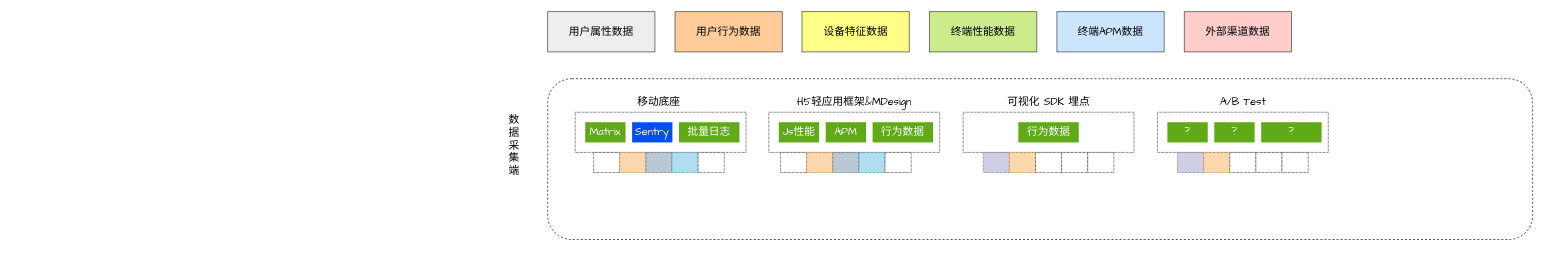
This is Copy of arch_0045.drawio from ming3000/midea, a draw.io file, before an edit. Source tidied: cells renumbered, new cells numbered last; positions are measured from the earlier drawing's top-left corner, leaving out a move shared by most shapes. Both pictures are drawn from the tidied source at 67%, with x=0, y=0 at pixel (500, 11).
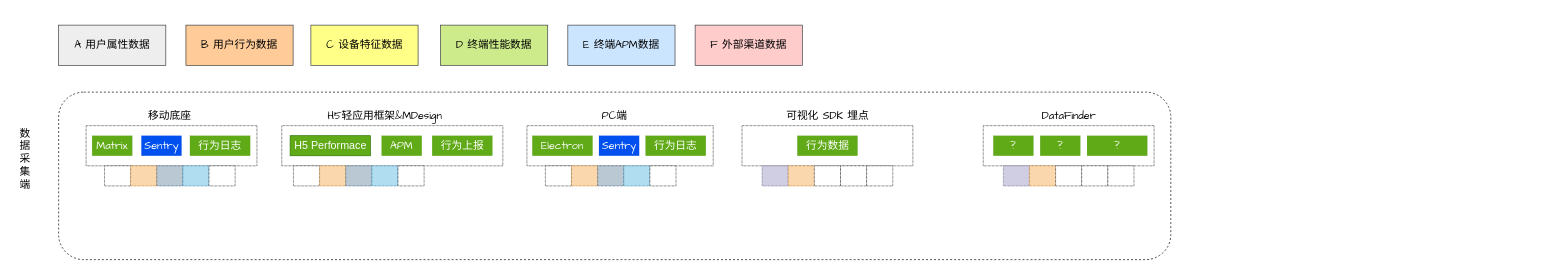
After the change.

What changed in the source:
```diff
@@
-    <mxCell id="2" value="用户属性数据" style="rounded=0;whiteSpace=wrap;html=1;fillColor=#eeeeee;strokeColor=#36393d;fontSize=16;fontFamily=Comic Sans MS;" parent="1" vertex="1">
-      <mxGeometry x="70" width="160" height="60" as="geometry" />
+    <mxCell id="2" value="A 用户属性数据" style="rounded=0;whiteSpace=wrap;html=1;fillColor=#eeeeee;strokeColor=#36393d;fontSize=16;fontFamily=Comic Sans MS;" parent="1" vertex="1">
+      <mxGeometry x="-660" y="20" width="160" height="60" as="geometry" />
     </mxCell>
-    <mxCell id="3" value="用户行为数据" style="rounded=0;whiteSpace=wrap;html=1;fillColor=#ffcc99;strokeColor=#36393d;fontSize=16;fontFamily=Comic Sans MS;" parent="1" vertex="1">
-      <mxGeometry x="260" width="160" height="60" as="geometry" />
+    <mxCell id="3" value="B 用户行为数据" style="rounded=0;whiteSpace=wrap;html=1;fillColor=#ffcc99;strokeColor=#36393d;fontSize=16;fontFamily=Comic Sans MS;" parent="1" vertex="1">
+      <mxGeometry x="-470" y="20" width="160" height="60" as="geometry" />
     </mxCell>
-    <mxCell id="4" value="终端APM数据" style="rounded=0;whiteSpace=wrap;html=1;fillColor=#cce5ff;strokeColor=#36393d;fontSize=16;fontFamily=Comic Sans MS;" parent="1" vertex="1">
-      <mxGeometry x="830" width="160" height="60" as="geometry" />
+    <mxCell id="4" value="E 终端APM数据" style="rounded=0;whiteSpace=wrap;html=1;fillColor=#cce5ff;strokeColor=#36393d;fontSize=16;fontFamily=Comic Sans MS;" parent="1" vertex="1">
+      <mxGeometry x="100" y="20" width="160" height="60" as="geometry" />
     </mxCell>
-    <mxCell id="5" value="外部渠道数据" style="rounded=0;whiteSpace=wrap;html=1;fillColor=#ffcccc;strokeColor=#36393d;fontSize=16;fontFamily=Comic Sans MS;" parent="1" vertex="1">
-      <mxGeometry x="1020" width="160" height="60" as="geometry" />
+    <mxCell id="5" value="F 外部渠道数据" style="rounded=0;whiteSpace=wrap;html=1;fillColor=#ffcccc;strokeColor=#36393d;fontSize=16;fontFamily=Comic Sans MS;" parent="1" vertex="1">
+      <mxGeometry x="290" y="20" width="160" height="60" as="geometry" />
     </mxCell>
     <mxCell id="6" style="rounded=1;whiteSpace=wrap;html=1;fontSize=16;dashed=1;fontFamily=Comic Sans MS;" parent="1" vertex="1">
-      <mxGeometry x="70" y="100" width="1470" height="240" as="geometry" />
+      <mxGeometry x="-660" y="120" width="1660" height="250" as="geometry" />
     </mxCell>
     <mxCell id="7" value="数&lt;br&gt;据&lt;br&gt;采&lt;br&gt;集&lt;br&gt;端" style="rounded=0;whiteSpace=wrap;html=1;fontSize=16;strokeWidth=0;strokeColor=none;fontFamily=Comic Sans MS;" parent="1" vertex="1">
-      <mxGeometry y="135" width="40" height="130" as="geometry" />
+      <mxGeometry x="-730" y="155" width="40" height="130" as="geometry" />
     </mxCell>
     <mxCell id="8" value="移动底座" style="rounded=0;whiteSpace=wrap;html=1;dashed=1;fontSize=16;strokeWidth=0;fontFamily=Comic Sans MS;strokeColor=none;" parent="1" vertex="1">
-      <mxGeometry x="186" y="120" width="100" height="30" as="geometry" />
+      <mxGeometry x="-544" y="140" width="100" height="30" as="geometry" />
     </mxCell>
     <mxCell id="9" style="rounded=0;whiteSpace=wrap;html=1;dashed=1;fontSize=16;strokeWidth=1;fontFamily=Comic Sans MS;dashPattern=1 1;" parent="1" vertex="1">
-      <mxGeometry x="111" y="150" width="255" height="60" as="geometry" />
+      <mxGeometry x="-619" y="170" width="255" height="60" as="geometry" />
     </mxCell>
     <mxCell id="10" value="Matrix" style="rounded=0;whiteSpace=wrap;html=1;dashed=1;fontSize=16;strokeWidth=0;fontFamily=Comic Sans MS;fillColor=#60a917;fontColor=#ffffff;strokeColor=#2D7600;" parent="1" vertex="1">
-      <mxGeometry x="126" y="165" width="60" height="30" as="geometry" />
+      <mxGeometry x="-610" y="185" width="60" height="30" as="geometry" />
     </mxCell>
     <mxCell id="11" value="Sentry" style="rounded=0;whiteSpace=wrap;html=1;dashed=1;fontSize=16;strokeWidth=0;fontFamily=Comic Sans MS;fillColor=#0050ef;fontColor=#ffffff;strokeColor=#001DBC;" parent="1" vertex="1">
-      <mxGeometry x="196" y="165" width="60" height="30" as="geometry" />
+      <mxGeometry x="-536.5" y="185" width="60" height="30" as="geometry" />
     </mxCell>
-    <mxCell id="12" value="批量日志" style="rounded=0;whiteSpace=wrap;html=1;dashed=1;fontSize=16;strokeWidth=0;fontFamily=Comic Sans MS;fillColor=#60a917;fontColor=#ffffff;strokeColor=#2D7600;" parent="1" vertex="1">
-      <mxGeometry x="266" y="165" width="90" height="30" as="geometry" />
+    <mxCell id="12" value="行为日志" style="rounded=0;whiteSpace=wrap;html=1;dashed=1;fontSize=16;strokeWidth=0;fontFamily=Comic Sans MS;fillColor=#60a917;fontColor=#ffffff;strokeColor=#2D7600;" parent="1" vertex="1">
+      <mxGeometry x="-464" y="185" width="90" height="30" as="geometry" />
     </mxCell>
     <mxCell id="13" value="H5轻应用框架&amp;amp;MDesign" style="rounded=0;whiteSpace=wrap;html=1;dashed=1;fontSize=16;strokeWidth=0;fontFamily=Comic Sans MS;strokeColor=none;" parent="1" vertex="1">
-      <mxGeometry x="432.5" y="120" width="190" height="30" as="geometry" />
+      <mxGeometry x="-268" y="140" width="190" height="30" as="geometry" />
     </mxCell>
     <mxCell id="14" style="rounded=0;whiteSpace=wrap;html=1;dashed=1;fontSize=16;strokeWidth=1;fontFamily=Comic Sans MS;dashPattern=1 1;" parent="1" vertex="1">
-      <mxGeometry x="400" y="150" width="255" height="60" as="geometry" />
+      <mxGeometry x="-327" y="170" width="330" height="60" as="geometry" />
     </mxCell>
-    <mxCell id="15" value="Js性能" style="rounded=0;whiteSpace=wrap;html=1;dashed=1;fontSize=16;strokeWidth=0;fontFamily=Comic Sans MS;fillColor=#60a917;fontColor=#ffffff;strokeColor=#2D7600;" parent="1" vertex="1">
-      <mxGeometry x="415" y="165" width="60" height="30" as="geometry" />
-    </mxCell>
     <mxCell id="16" value="APM" style="rounded=0;whiteSpace=wrap;html=1;dashed=1;fontSize=16;strokeWidth=0;fontFamily=Comic Sans MS;fillColor=#60a917;fontColor=#ffffff;strokeColor=#2D7600;" parent="1" vertex="1">
-      <mxGeometry x="485" y="165" width="60" height="30" as="geometry" />
+      <mxGeometry x="-178" y="185" width="60" height="30" as="geometry" />
     </mxCell>
-    <mxCell id="17" value="行为数据" style="rounded=0;whiteSpace=wrap;html=1;dashed=1;fontSize=16;strokeWidth=0;fontFamily=Comic Sans MS;fillColor=#60a917;fontColor=#ffffff;strokeColor=#2D7600;" parent="1" vertex="1">
-      <mxGeometry x="555" y="165" width="90" height="30" as="geometry" />
+    <mxCell id="17" value="行为上报" style="rounded=0;whiteSpace=wrap;html=1;dashed=1;fontSize=16;strokeWidth=0;fontFamily=Comic Sans MS;fillColor=#60a917;fontColor=#ffffff;strokeColor=#2D7600;" parent="1" vertex="1">
+      <mxGeometry x="-102.5" y="185" width="90" height="30" as="geometry" />
     </mxCell>
     <mxCell id="18" value="可视化 SDK 埋点" style="rounded=0;whiteSpace=wrap;html=1;dashed=1;fontSize=16;strokeWidth=0;fontFamily=Comic Sans MS;strokeColor=none;" parent="1" vertex="1">
-      <mxGeometry x="722.5" y="120" width="190" height="30" as="geometry" />
+      <mxGeometry x="392.5" y="140" width="190" height="30" as="geometry" />
     </mxCell>
     <mxCell id="19" style="rounded=0;whiteSpace=wrap;html=1;dashed=1;fontSize=16;strokeWidth=1;fontFamily=Comic Sans MS;dashPattern=1 1;" parent="1" vertex="1">
-      <mxGeometry x="690" y="150" width="255" height="60" as="geometry" />
+      <mxGeometry x="360" y="170" width="255" height="60" as="geometry" />
     </mxCell>
     <mxCell id="20" value="行为数据" style="rounded=0;whiteSpace=wrap;html=1;dashed=1;fontSize=16;strokeWidth=0;fontFamily=Comic Sans MS;fillColor=#60a917;fontColor=#ffffff;strokeColor=#2D7600;" parent="1" vertex="1">
-      <mxGeometry x="772.5" y="165" width="90" height="30" as="geometry" />
+      <mxGeometry x="442.5" y="185" width="90" height="30" as="geometry" />
     </mxCell>
-    <mxCell id="21" value="A/B Test" style="rounded=0;whiteSpace=wrap;html=1;dashed=1;fontSize=16;strokeWidth=0;fontFamily=Comic Sans MS;strokeColor=none;" parent="1" vertex="1">
-      <mxGeometry x="1012.5" y="120" width="190" height="30" as="geometry" />
+    <mxCell id="21" value="DataFinder" style="rounded=0;whiteSpace=wrap;html=1;dashed=1;fontSize=16;strokeWidth=0;fontFamily=Comic Sans MS;strokeColor=none;" parent="1" vertex="1">
+      <mxGeometry x="752.5" y="140" width="190" height="30" as="geometry" />
     </mxCell>
     <mxCell id="22" style="rounded=0;whiteSpace=wrap;html=1;dashed=1;fontSize=16;strokeWidth=1;fontFamily=Comic Sans MS;dashPattern=1 1;" parent="1" vertex="1">
-      <mxGeometry x="980" y="150" width="255" height="60" as="geometry" />
+      <mxGeometry x="720" y="170" width="255" height="60" as="geometry" />
     </mxCell>
     <mxCell id="23" value="?" style="rounded=0;whiteSpace=wrap;html=1;dashed=1;fontSize=16;strokeWidth=0;fontFamily=Comic Sans MS;fillColor=#60a917;fontColor=#ffffff;strokeColor=#2D7600;" parent="1" vertex="1">
-      <mxGeometry x="995" y="165" width="60" height="30" as="geometry" />
+      <mxGeometry x="735" y="185" width="60" height="30" as="geometry" />
     </mxCell>
     <mxCell id="24" value="?" style="rounded=0;whiteSpace=wrap;html=1;dashed=1;fontSize=16;strokeWidth=0;fontFamily=Comic Sans MS;fillColor=#60a917;fontColor=#ffffff;strokeColor=#2D7600;" parent="1" vertex="1">
-      <mxGeometry x="1065" y="165" width="60" height="30" as="geometry" />
+      <mxGeometry x="805" y="185" width="60" height="30" as="geometry" />
     </mxCell>
     <mxCell id="25" value="?" style="rounded=0;whiteSpace=wrap;html=1;dashed=1;fontSize=16;strokeWidth=0;fontFamily=Comic Sans MS;fillColor=#60a917;fontColor=#ffffff;strokeColor=#2D7600;" parent="1" vertex="1">
-      <mxGeometry x="1135" y="165" width="90" height="30" as="geometry" />
+      <mxGeometry x="875" y="185" width="90" height="30" as="geometry" />
     </mxCell>
     <mxCell id="26" style="rounded=0;whiteSpace=wrap;html=1;dashed=1;dashPattern=1 1;fontFamily=Comic Sans MS;fontSize=16;strokeWidth=1;" parent="1" vertex="1">
-      <mxGeometry x="138.5" y="210" width="39" height="30" as="geometry" />
+      <mxGeometry x="-591.5" y="230" width="39" height="30" as="geometry" />
     </mxCell>
     <mxCell id="27" style="rounded=0;whiteSpace=wrap;html=1;dashed=1;dashPattern=1 1;fontFamily=Comic Sans MS;fontSize=16;strokeWidth=1;fillColor=#fad7ac;strokeColor=#b46504;" parent="1" vertex="1">
-      <mxGeometry x="177.5" y="210" width="39" height="30" as="geometry" />
+      <mxGeometry x="-552.5" y="230" width="39" height="30" as="geometry" />
     </mxCell>
     <mxCell id="28" style="rounded=0;whiteSpace=wrap;html=1;dashed=1;dashPattern=1 1;fontFamily=Comic Sans MS;fontSize=16;strokeWidth=1;fillColor=#bac8d3;strokeColor=#23445d;" parent="1" vertex="1">
-      <mxGeometry x="216.5" y="210" width="39" height="30" as="geometry" />
+      <mxGeometry x="-513.5" y="230" width="39" height="30" as="geometry" />
     </mxCell>
     <mxCell id="29" style="rounded=0;whiteSpace=wrap;html=1;dashed=1;dashPattern=1 1;fontFamily=Comic Sans MS;fontSize=16;strokeWidth=1;fillColor=#b1ddf0;strokeColor=#10739e;" parent="1" vertex="1">
-      <mxGeometry x="255.5" y="210" width="39" height="30" as="geometry" />
+      <mxGeometry x="-474.5" y="230" width="39" height="30" as="geometry" />
     </mxCell>
     <mxCell id="30" style="rounded=0;whiteSpace=wrap;html=1;dashed=1;dashPattern=1 1;fontFamily=Comic Sans MS;fontSize=16;strokeWidth=1;" parent="1" vertex="1">
-      <mxGeometry x="294.5" y="210" width="39" height="30" as="geometry" />
+      <mxGeometry x="-435.5" y="230" width="39" height="30" as="geometry" />
     </mxCell>
-    <mxCell id="31" value="终端性能数据" style="rounded=0;whiteSpace=wrap;html=1;fillColor=#cdeb8b;fontSize=16;fontFamily=Comic Sans MS;strokeColor=#36393d;" parent="1" vertex="1">
-      <mxGeometry x="640" width="160" height="60" as="geometry" />
+    <mxCell id="31" value="D 终端性能数据" style="rounded=0;whiteSpace=wrap;html=1;fillColor=#cdeb8b;fontSize=16;fontFamily=Comic Sans MS;strokeColor=#36393d;" parent="1" vertex="1">
+      <mxGeometry x="-90" y="20" width="160" height="60" as="geometry" />
     </mxCell>
     <mxCell id="32" style="rounded=0;whiteSpace=wrap;html=1;dashed=1;dashPattern=1 1;fontFamily=Comic Sans MS;fontSize=16;strokeWidth=1;" parent="1" vertex="1">
-      <mxGeometry x="417.5" y="210" width="39" height="30" as="geometry" />
+      <mxGeometry x="-309.5" y="230" width="39" height="30" as="geometry" />
     </mxCell>
     <mxCell id="33" style="rounded=0;whiteSpace=wrap;html=1;dashed=1;dashPattern=1 1;fontFamily=Comic Sans MS;fontSize=16;strokeWidth=1;fillColor=#fad7ac;strokeColor=#b46504;" parent="1" vertex="1">
-      <mxGeometry x="456.5" y="210" width="39" height="30" as="geometry" />
+      <mxGeometry x="-270.5" y="230" width="39" height="30" as="geometry" />
     </mxCell>
     <mxCell id="34" style="rounded=0;whiteSpace=wrap;html=1;dashed=1;dashPattern=1 1;fontFamily=Comic Sans MS;fontSize=16;strokeWidth=1;fillColor=#bac8d3;strokeColor=#23445d;" parent="1" vertex="1">
-      <mxGeometry x="495.5" y="210" width="39" height="30" as="geometry" />
+      <mxGeometry x="-231.5" y="230" width="39" height="30" as="geometry" />
     </mxCell>
     <mxCell id="35" style="rounded=0;whiteSpace=wrap;html=1;dashed=1;dashPattern=1 1;fontFamily=Comic Sans MS;fontSize=16;strokeWidth=1;fillColor=#b1ddf0;strokeColor=#10739e;" parent="1" vertex="1">
-      <mxGeometry x="534.5" y="210" width="39" height="30" as="geometry" />
+      <mxGeometry x="-192.5" y="230" width="39" height="30" as="geometry" />
     </mxCell>
     <mxCell id="36" style="rounded=0;whiteSpace=wrap;html=1;dashed=1;dashPattern=1 1;fontFamily=Comic Sans MS;fontSize=16;strokeWidth=1;" parent="1" vertex="1">
-      <mxGeometry x="573.5" y="210" width="39" height="30" as="geometry" />
+      <mxGeometry x="-153.5" y="230" width="39" height="30" as="geometry" />
     </mxCell>
     <mxCell id="37" style="rounded=0;whiteSpace=wrap;html=1;dashed=1;dashPattern=1 1;fontFamily=Comic Sans MS;fontSize=16;strokeWidth=1;fillColor=#d0cee2;strokeColor=#56517e;" parent="1" vertex="1">
-      <mxGeometry x="720" y="210" width="39" height="30" as="geometry" />
+      <mxGeometry x="390" y="230" width="39" height="30" as="geometry" />
     </mxCell>
     <mxCell id="38" style="rounded=0;whiteSpace=wrap;html=1;dashed=1;dashPattern=1 1;fontFamily=Comic Sans MS;fontSize=16;strokeWidth=1;fillColor=#fad7ac;strokeColor=#b46504;" parent="1" vertex="1">
-      <mxGeometry x="759" y="210" width="39" height="30" as="geometry" />
+      <mxGeometry x="429" y="230" width="39" height="30" as="geometry" />
     </mxCell>
     <mxCell id="39" style="rounded=0;whiteSpace=wrap;html=1;dashed=1;dashPattern=1 1;fontFamily=Comic Sans MS;fontSize=16;strokeWidth=1;" parent="1" vertex="1">
-      <mxGeometry x="798" y="210" width="39" height="30" as="geometry" />
+      <mxGeometry x="468" y="230" width="39" height="30" as="geometry" />
     </mxCell>
     <mxCell id="40" style="rounded=0;whiteSpace=wrap;html=1;dashed=1;dashPattern=1 1;fontFamily=Comic Sans MS;fontSize=16;strokeWidth=1;" parent="1" vertex="1">
-      <mxGeometry x="837" y="210" width="39" height="30" as="geometry" />
+      <mxGeometry x="507" y="230" width="39" height="30" as="geometry" />
     </mxCell>
     <mxCell id="41" style="rounded=0;whiteSpace=wrap;html=1;dashed=1;dashPattern=1 1;fontFamily=Comic Sans MS;fontSize=16;strokeWidth=1;" parent="1" vertex="1">
-      <mxGeometry x="876" y="210" width="39" height="30" as="geometry" />
+      <mxGeometry x="546" y="230" width="39" height="30" as="geometry" />
     </mxCell>
     <mxCell id="42" style="rounded=0;whiteSpace=wrap;html=1;dashed=1;dashPattern=1 1;fontFamily=Comic Sans MS;fontSize=16;strokeWidth=1;fillColor=#d0cee2;strokeColor=#56517e;" parent="1" vertex="1">
-      <mxGeometry x="1010" y="210" width="39" height="30" as="geometry" />
+      <mxGeometry x="750" y="230" width="39" height="30" as="geometry" />
     </mxCell>
     <mxCell id="43" style="rounded=0;whiteSpace=wrap;html=1;dashed=1;dashPattern=1 1;fontFamily=Comic Sans MS;fontSize=16;strokeWidth=1;fillColor=#fad7ac;strokeColor=#b46504;" parent="1" vertex="1">
-      <mxGeometry x="1049" y="210" width="39" height="30" as="geometry" />
+      <mxGeometry x="789" y="230" width="39" height="30" as="geometry" />
     </mxCell>
     <mxCell id="44" style="rounded=0;whiteSpace=wrap;html=1;dashed=1;dashPattern=1 1;fontFamily=Comic Sans MS;fontSize=16;strokeWidth=1;" parent="1" vertex="1">
-      <mxGeometry x="1088" y="210" width="39" height="30" as="geometry" />
+      <mxGeometry x="828" y="230" width="39" height="30" as="geometry" />
     </mxCell>
     <mxCell id="45" style="rounded=0;whiteSpace=wrap;html=1;dashed=1;dashPattern=1 1;fontFamily=Comic Sans MS;fontSize=16;strokeWidth=1;" parent="1" vertex="1">
-      <mxGeometry x="1127" y="210" width="39" height="30" as="geometry" />
+      <mxGeometry x="867" y="230" width="39" height="30" as="geometry" />
     </mxCell>
     <mxCell id="46" style="rounded=0;whiteSpace=wrap;html=1;dashed=1;dashPattern=1 1;fontFamily=Comic Sans MS;fontSize=16;strokeWidth=1;" parent="1" vertex="1">
-      <mxGeometry x="1166" y="210" width="39" height="30" as="geometry" />
+      <mxGeometry x="906" y="230" width="39" height="30" as="geometry" />
     </mxCell>
-    <mxCell id="47" value="设备特征数据" style="rounded=0;whiteSpace=wrap;html=1;fillColor=#ffff88;fontSize=16;fontFamily=Comic Sans MS;strokeColor=#36393d;" parent="1" vertex="1">
-      <mxGeometry x="449.5" width="160" height="60" as="geometry" />
+    <mxCell id="47" value="C 设备特征数据" style="rounded=0;whiteSpace=wrap;html=1;fillColor=#ffff88;fontSize=16;fontFamily=Comic Sans MS;strokeColor=#36393d;" parent="1" vertex="1">
+      <mxGeometry x="-283.5" y="20" width="160" height="60" as="geometry" />
     </mxCell>
+    <mxCell id="48" value="H5 Performace" style="rounded=0;whiteSpace=wrap;html=1;fillColor=#60a917;fontColor=#ffffff;strokeColor=#2D7600;fontSize=16;" parent="1" vertex="1">
+      <mxGeometry x="-314.5" y="185" width="120" height="30" as="geometry" />
+    </mxCell>
+    <mxCell id="49" value="PC端" style="rounded=0;whiteSpace=wrap;html=1;dashed=1;fontSize=16;strokeWidth=0;fontFamily=Comic Sans MS;strokeColor=none;" parent="1" vertex="1">
+      <mxGeometry x="120" y="140" width="100" height="30" as="geometry" />
+    </mxCell>
+    <mxCell id="50" style="rounded=0;whiteSpace=wrap;html=1;dashed=1;fontSize=16;strokeWidth=1;fontFamily=Comic Sans MS;dashPattern=1 1;" parent="1" vertex="1">
+      <mxGeometry x="39" y="170" width="278" height="60" as="geometry" />
+    </mxCell>
+    <mxCell id="51" value="Sentry" style="rounded=0;whiteSpace=wrap;html=1;dashed=1;fontSize=16;strokeWidth=0;fontFamily=Comic Sans MS;fillColor=#0050ef;fontColor=#ffffff;strokeColor=#001DBC;" parent="1" vertex="1">
+      <mxGeometry x="146.5" y="185" width="60" height="30" as="geometry" />
+    </mxCell>
+    <mxCell id="52" value="行为日志" style="rounded=0;whiteSpace=wrap;html=1;dashed=1;fontSize=16;strokeWidth=0;fontFamily=Comic Sans MS;fillColor=#60a917;fontColor=#ffffff;strokeColor=#2D7600;" parent="1" vertex="1">
+      <mxGeometry x="216" y="185" width="90" height="30" as="geometry" />
+    </mxCell>
+    <mxCell id="53" style="rounded=0;whiteSpace=wrap;html=1;dashed=1;dashPattern=1 1;fontFamily=Comic Sans MS;fontSize=16;strokeWidth=1;" parent="1" vertex="1">
+      <mxGeometry x="66.5" y="230" width="39" height="30" as="geometry" />
+    </mxCell>
+    <mxCell id="54" style="rounded=0;whiteSpace=wrap;html=1;dashed=1;dashPattern=1 1;fontFamily=Comic Sans MS;fontSize=16;strokeWidth=1;fillColor=#fad7ac;strokeColor=#b46504;" parent="1" vertex="1">
+      <mxGeometry x="105.5" y="230" width="39" height="30" as="geometry" />
+    </mxCell>
+    <mxCell id="55" style="rounded=0;whiteSpace=wrap;html=1;dashed=1;dashPattern=1 1;fontFamily=Comic Sans MS;fontSize=16;strokeWidth=1;fillColor=#bac8d3;strokeColor=#23445d;" parent="1" vertex="1">
+      <mxGeometry x="144.5" y="230" width="39" height="30" as="geometry" />
+    </mxCell>
+    <mxCell id="56" style="rounded=0;whiteSpace=wrap;html=1;dashed=1;dashPattern=1 1;fontFamily=Comic Sans MS;fontSize=16;strokeWidth=1;fillColor=#b1ddf0;strokeColor=#10739e;" parent="1" vertex="1">
+      <mxGeometry x="183.5" y="230" width="39" height="30" as="geometry" />
+    </mxCell>
+    <mxCell id="57" style="rounded=0;whiteSpace=wrap;html=1;dashed=1;dashPattern=1 1;fontFamily=Comic Sans MS;fontSize=16;strokeWidth=1;" parent="1" vertex="1">
+      <mxGeometry x="222.5" y="230" width="39" height="30" as="geometry" />
+    </mxCell>
+    <mxCell id="58" value="Electron" style="rounded=0;whiteSpace=wrap;html=1;dashed=1;fontSize=16;strokeWidth=0;fontFamily=Comic Sans MS;fillColor=#60a917;fontColor=#ffffff;strokeColor=#2D7600;" parent="1" vertex="1">
+      <mxGeometry x="47" y="185" width="90" height="30" as="geometry" />
+    </mxCell>
```
